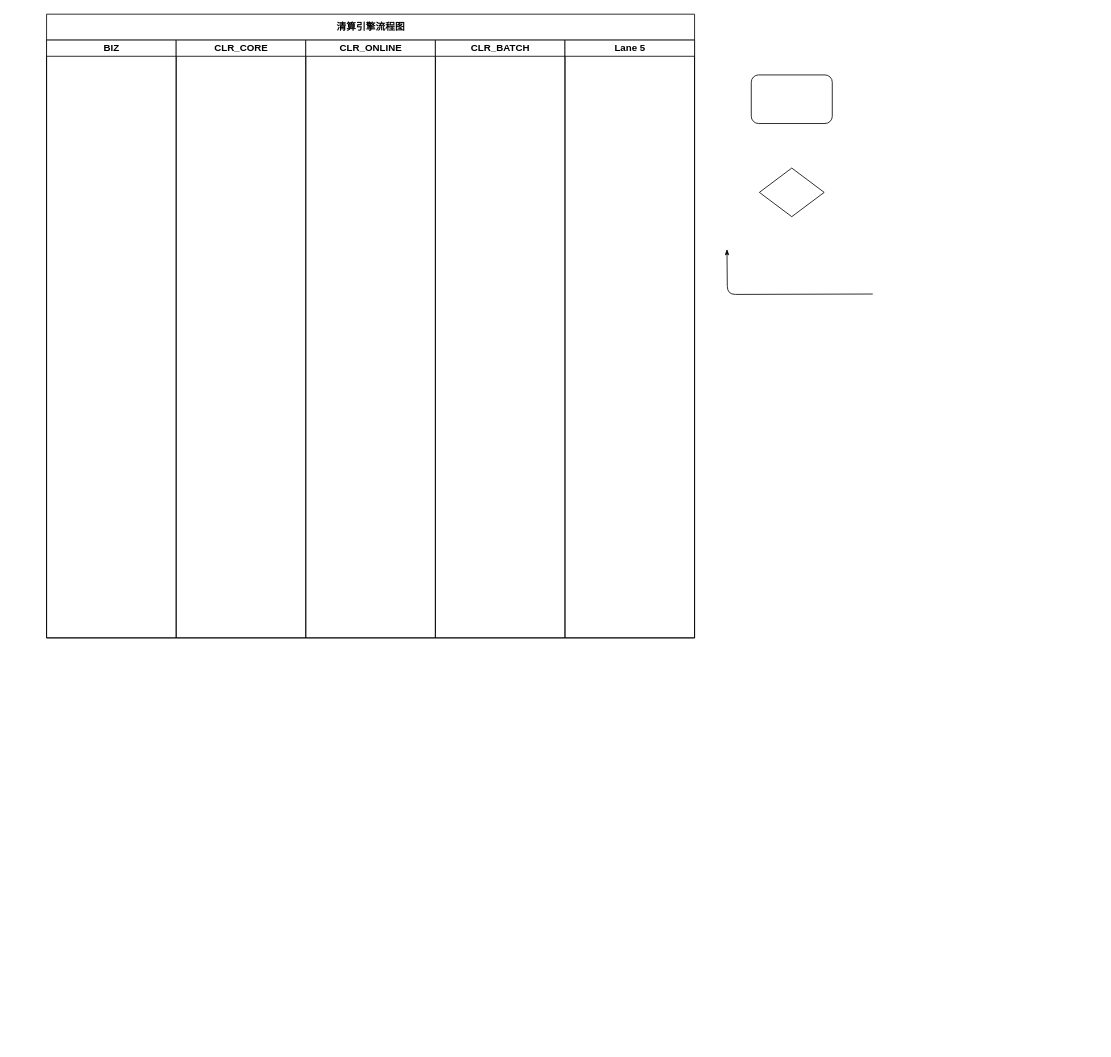
staconfree/design keeps this draw.io diagram as 清算引擎流程图.drawio. Above is the earlier version. Source tidied: cells renumbered, new cells numbered last; positions are measured from the earlier drawing's top-left corner, leaving out a move shared by most shapes. Both pictures are drawn from the tidied source at 81%, with x=0, y=0 at pixel (46, 14).
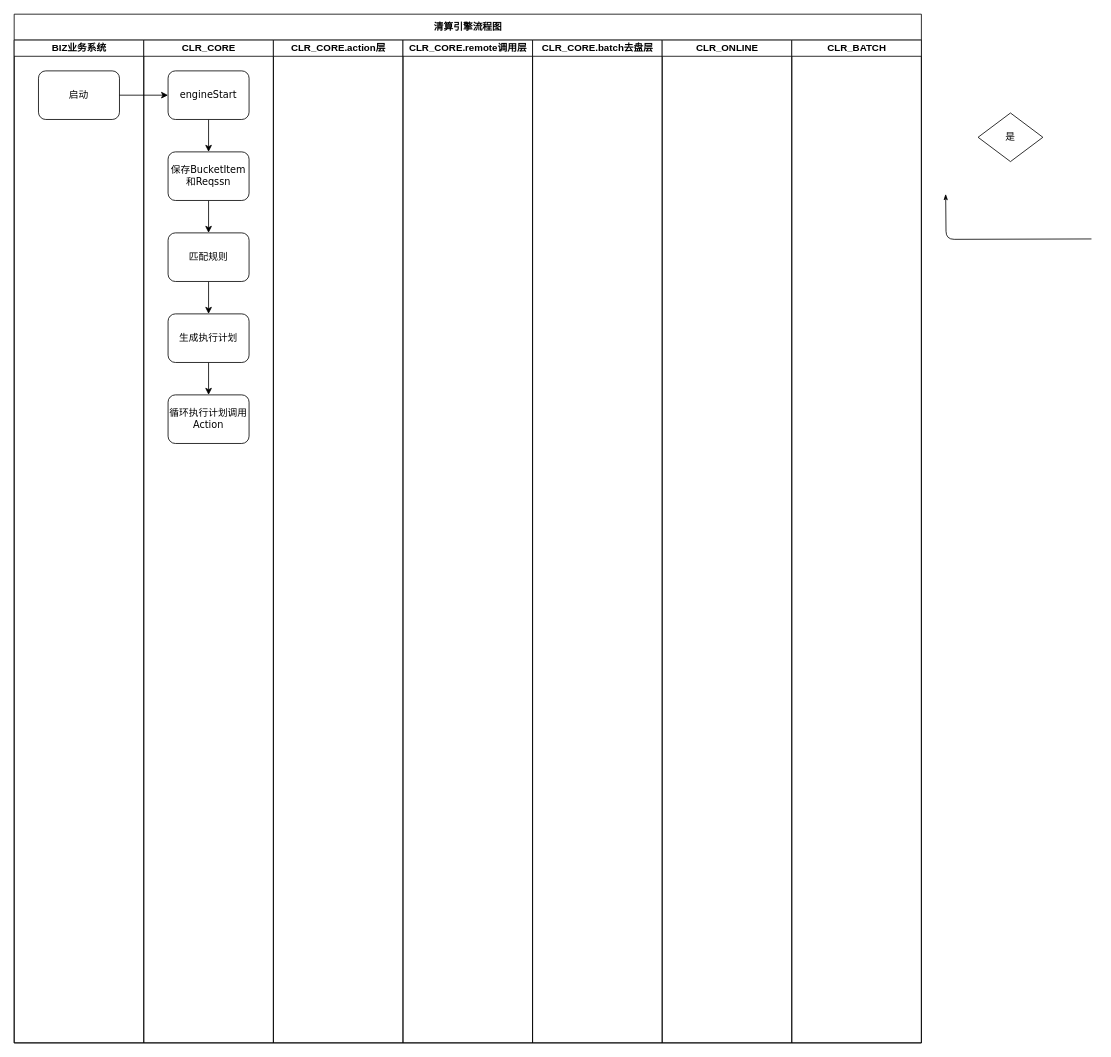
After the change.

Commit message (it also covers changes not shown here):
更新清算引擎流程图.drawio

Change to the diagram source:
```diff
@@
     <mxCell id="2" value="清算引擎流程图" style="swimlane;html=1;startSize=32;rounded=0;shadow=0;labelBackgroundColor=none;strokeColor=#000000;strokeWidth=1;fillColor=#ffffff;fontFamily=Verdana;fontSize=12;fontColor=#000000;align=center;" parent="1" vertex="1">
-      <mxGeometry width="800" height="770" as="geometry" />
+      <mxGeometry x="-40" width="1120" height="1270" as="geometry" />
     </mxCell>
-    <mxCell id="3" value="BIZ" style="swimlane;html=1;startSize=20;" parent="2" vertex="1">
-      <mxGeometry y="32" width="160" height="738" as="geometry" />
+    <mxCell id="3" value="BIZ业务系统" style="swimlane;html=1;startSize=20;" parent="2" vertex="1">
+      <mxGeometry y="32" width="160" height="1238" as="geometry" />
     </mxCell>
+    <mxCell id="9" value="启动" style="rounded=1;whiteSpace=wrap;html=1;shadow=0;labelBackgroundColor=none;strokeColor=#000000;strokeWidth=1;fillColor=#ffffff;fontFamily=Verdana;fontSize=12;fontColor=#000000;align=center;" parent="3" vertex="1">
+      <mxGeometry x="30" y="38" width="100" height="60" as="geometry" />
+    </mxCell>
     <mxCell id="4" value="&lt;div&gt;CLR_CORE&lt;/div&gt;" style="swimlane;html=1;startSize=20;" parent="2" vertex="1">
-      <mxGeometry x="160" y="32" width="160" height="738" as="geometry" />
+      <mxGeometry x="160" y="32" width="160" height="1238" as="geometry" />
     </mxCell>
+    <mxCell id="11" style="edgeStyle=orthogonalEdgeStyle;rounded=0;jettySize=auto;html=1;fontSize=12;" parent="4" edge="1" source="12" target="14">
+      <mxGeometry relative="1" as="geometry" />
+    </mxCell>
+    <mxCell id="12" value="engineStart" style="rounded=1;whiteSpace=wrap;html=1;shadow=0;labelBackgroundColor=none;strokeColor=#000000;strokeWidth=1;fillColor=#ffffff;fontFamily=Verdana;fontSize=12;fontColor=#000000;align=center;" parent="4" vertex="1">
+      <mxGeometry x="30" y="38" width="100" height="60" as="geometry" />
+    </mxCell>
+    <mxCell id="13" style="edgeStyle=orthogonalEdgeStyle;rounded=0;jettySize=auto;html=1;fontSize=12;" parent="4" edge="1" source="14" target="16">
+      <mxGeometry relative="1" as="geometry" />
+    </mxCell>
+    <mxCell id="14" value="保存BucketItem和Reqssn" style="rounded=1;whiteSpace=wrap;html=1;shadow=0;labelBackgroundColor=none;strokeColor=#000000;strokeWidth=1;fillColor=#ffffff;fontFamily=Verdana;fontSize=12;fontColor=#000000;align=center;" parent="4" vertex="1">
+      <mxGeometry x="30" y="138" width="100" height="60" as="geometry" />
+    </mxCell>
+    <mxCell id="15" style="edgeStyle=orthogonalEdgeStyle;rounded=0;jettySize=auto;html=1;fontSize=12;" parent="4" edge="1" source="16" target="18">
+      <mxGeometry relative="1" as="geometry" />
+    </mxCell>
+    <mxCell id="16" value="匹配规则" style="rounded=1;whiteSpace=wrap;html=1;shadow=0;labelBackgroundColor=none;strokeColor=#000000;strokeWidth=1;fillColor=#ffffff;fontFamily=Verdana;fontSize=12;fontColor=#000000;align=center;" parent="4" vertex="1">
+      <mxGeometry x="30" y="238" width="100" height="60" as="geometry" />
+    </mxCell>
+    <mxCell id="17" style="edgeStyle=orthogonalEdgeStyle;rounded=0;jettySize=auto;html=1;fontSize=12;" parent="4" edge="1" source="18" target="19">
+      <mxGeometry relative="1" as="geometry" />
+    </mxCell>
+    <mxCell id="18" value="生成执行计划" style="rounded=1;whiteSpace=wrap;html=1;shadow=0;labelBackgroundColor=none;strokeColor=#000000;strokeWidth=1;fillColor=#ffffff;fontFamily=Verdana;fontSize=12;fontColor=#000000;align=center;" parent="4" vertex="1">
+      <mxGeometry x="30" y="338" width="100" height="60" as="geometry" />
+    </mxCell>
+    <mxCell id="19" value="循环执行计划调用Action" style="rounded=1;whiteSpace=wrap;html=1;shadow=0;labelBackgroundColor=none;strokeColor=#000000;strokeWidth=1;fillColor=#ffffff;fontFamily=Verdana;fontSize=12;fontColor=#000000;align=center;" parent="4" vertex="1">
+      <mxGeometry x="30" y="438" width="100" height="60" as="geometry" />
+    </mxCell>
-    <mxCell id="5" value="CLR_ONLINE" style="swimlane;html=1;startSize=20;" parent="2" vertex="1">
-      <mxGeometry x="320" y="32" width="160" height="738" as="geometry" />
+    <mxCell id="5" value="CLR_CORE.action层" style="swimlane;html=1;startSize=20;" parent="2" vertex="1">
+      <mxGeometry x="320" y="32" width="160" height="1238" as="geometry" />
     </mxCell>
-    <mxCell id="6" value="CLR_BATCH" style="swimlane;html=1;startSize=20;" parent="2" vertex="1">
-      <mxGeometry x="480" y="32" width="160" height="738" as="geometry" />
+    <mxCell id="6" value="CLR_CORE.remote调用层" style="swimlane;html=1;startSize=20;" parent="2" vertex="1">
+      <mxGeometry x="480" y="32" width="160" height="1238" as="geometry" />
     </mxCell>
-    <mxCell id="7" value="Lane 5" style="swimlane;html=1;startSize=20;" parent="2" vertex="1">
-      <mxGeometry x="640" y="32" width="160" height="738" as="geometry" />
+    <mxCell id="7" value="CLR_CORE.batch去盘层" style="swimlane;html=1;startSize=20;" parent="2" vertex="1">
+      <mxGeometry x="640" y="32" width="160" height="1238" as="geometry" />
     </mxCell>
+    <mxCell id="20" value="CLR_ONLINE" style="swimlane;html=1;startSize=20;" parent="2" vertex="1">
+      <mxGeometry x="800" y="32" width="160" height="1238" as="geometry" />
+    </mxCell>
+    <mxCell id="21" value="CLR_BATCH" style="swimlane;html=1;startSize=20;" parent="2" vertex="1">
+      <mxGeometry x="960" y="32" width="160" height="1238" as="geometry" />
+    </mxCell>
+    <mxCell id="22" style="edgeStyle=orthogonalEdgeStyle;rounded=0;jettySize=auto;html=1;fontSize=12;" parent="2" edge="1" source="9" target="12">
+      <mxGeometry relative="1" as="geometry" />
+    </mxCell>
-    <mxCell id="8" style="rhombus;whiteSpace=wrap;html=1;rounded=0;shadow=0;labelBackgroundColor=none;strokeColor=#000000;strokeWidth=1;fillColor=#ffffff;fontFamily=Verdana;fontSize=8;fontColor=#000000;align=center;" parent="1" vertex="1">
-      <mxGeometry x="880" y="190" width="80" height="60" as="geometry" />
+    <mxCell id="8" value="是" style="rhombus;whiteSpace=wrap;html=1;rounded=0;shadow=0;labelBackgroundColor=none;strokeColor=#000000;strokeWidth=1;fillColor=#ffffff;fontFamily=Verdana;fontSize=12;fontColor=#000000;align=center;" parent="1" vertex="1">
+      <mxGeometry x="1150" y="122" width="80" height="60" as="geometry" />
     </mxCell>
-    <mxCell id="9" style="rounded=1;whiteSpace=wrap;html=1;shadow=0;labelBackgroundColor=none;strokeColor=#000000;strokeWidth=1;fillColor=#ffffff;fontFamily=Verdana;fontSize=8;fontColor=#000000;align=center;" parent="1" vertex="1">
-      <mxGeometry x="870" y="75" width="100" height="60" as="geometry" />
-    </mxCell>
     <mxCell id="10" style="edgeStyle=orthogonalEdgeStyle;rounded=1;html=1;labelBackgroundColor=none;startArrow=none;startFill=0;startSize=5;endArrow=classicThin;endFill=1;endSize=5;jettySize=auto;orthogonalLoop=1;strokeColor=#000000;strokeWidth=1;fontFamily=Verdana;fontSize=8;fontColor=#000000;" parent="1" edge="1">
       <mxGeometry relative="1" as="geometry">
-        <mxPoint x="1020" y="345.5" as="sourcePoint" />
-        <mxPoint x="840" y="290" as="targetPoint" />
+        <mxPoint x="1290" y="277.5" as="sourcePoint" />
+        <mxPoint x="1110" y="222" as="targetPoint" />
       </mxGeometry>
     </mxCell>
```
